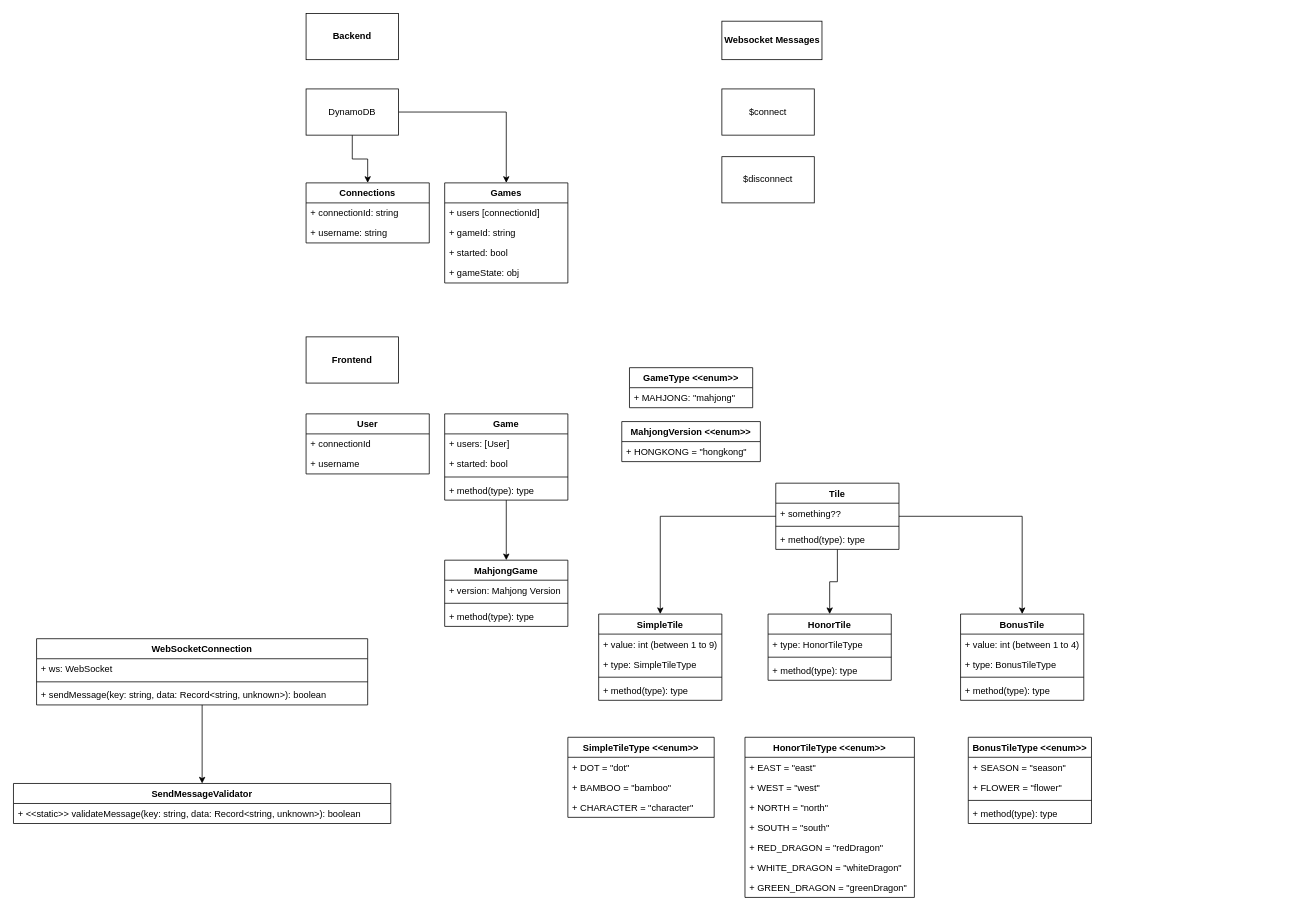
GamblingKings/GamblingKingsFrontEnd keeps this draw.io diagram as docs/Mahjong UML.drawio. Above is the earlier version. Source tidied: cells renumbered, new cells numbered last; positions are measured from the earlier drawing's top-left corner, leaving out a move shared by most shapes. Both pictures are drawn from the tidied source at 77%, with x=0, y=0 at pixel (13, 13).
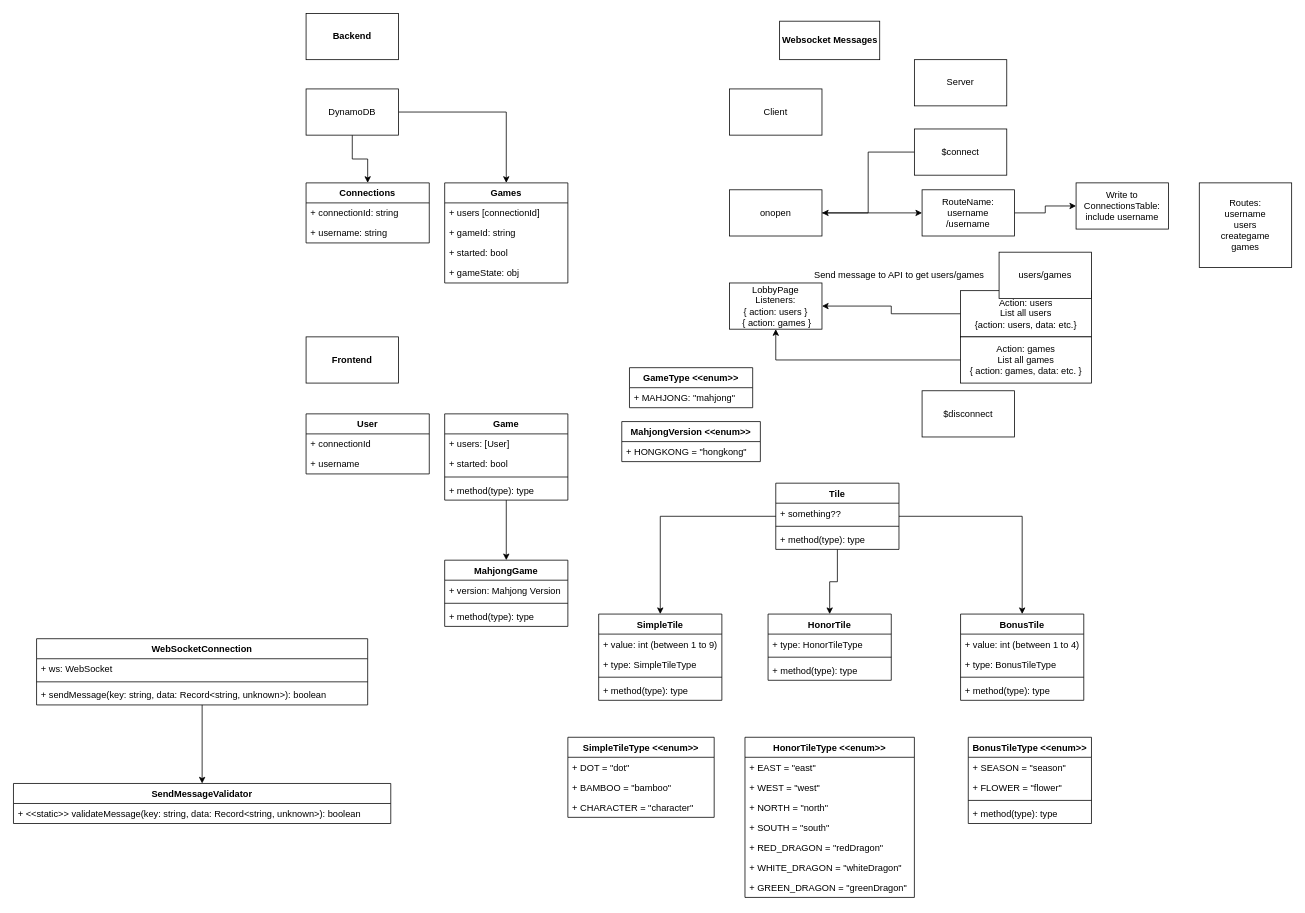
After the change.

Diff of the diagram source:
```diff
@@
     <mxCell id="15" value="Websocket Messages" style="html=1;fontStyle=1;" parent="1" vertex="1">
-      <mxGeometry x="920" y="10" width="130" height="50" as="geometry" />
+      <mxGeometry x="995" y="10" width="130" height="50" as="geometry" />
     </mxCell>
@@
+    <mxCell id="80" style="edgeStyle=orthogonalEdgeStyle;rounded=0;jettySize=auto;html=1;entryX=1;entryY=0.5;entryDx=0;entryDy=0;" parent="1" edge="1" source="19" target="82">
+      <mxGeometry relative="1" as="geometry" />
+    </mxCell>
     <mxCell id="19" value="$connect" style="rounded=0;whiteSpace=wrap;html=1;" parent="1" vertex="1">
-      <mxGeometry x="920" y="98" width="120" height="60" as="geometry" />
+      <mxGeometry x="1170" y="150" width="120" height="60" as="geometry" />
     </mxCell>
     <mxCell id="20" value="$disconnect" style="rounded=0;whiteSpace=wrap;html=1;" parent="1" vertex="1">
-      <mxGeometry x="920" y="186" width="120" height="60" as="geometry" />
+      <mxGeometry x="1180" y="490" width="120" height="60" as="geometry" />
     </mxCell>
@@
+    <mxCell id="81" style="edgeStyle=orthogonalEdgeStyle;rounded=0;jettySize=auto;html=1;entryX=0;entryY=0.5;entryDx=0;entryDy=0;" parent="1" edge="1" source="82" target="86">
+      <mxGeometry relative="1" as="geometry" />
+    </mxCell>
+    <mxCell id="82" value="onopen" style="rounded=0;whiteSpace=wrap;html=1;" parent="1" vertex="1">
+      <mxGeometry x="930" y="229" width="120" height="60" as="geometry" />
+    </mxCell>
+    <mxCell id="83" value="Client" style="rounded=0;whiteSpace=wrap;html=1;" parent="1" vertex="1">
+      <mxGeometry x="930" y="98" width="120" height="60" as="geometry" />
+    </mxCell>
+    <mxCell id="84" value="Server" style="rounded=0;whiteSpace=wrap;html=1;" parent="1" vertex="1">
+      <mxGeometry x="1170" y="60" width="120" height="60" as="geometry" />
+    </mxCell>
+    <mxCell id="85" style="edgeStyle=orthogonalEdgeStyle;rounded=0;jettySize=auto;html=1;" parent="1" edge="1" source="86" target="87">
+      <mxGeometry relative="1" as="geometry" />
+    </mxCell>
+    <mxCell id="86" value="RouteName: username&lt;br&gt;/username" style="rounded=0;whiteSpace=wrap;html=1;" parent="1" vertex="1">
+      <mxGeometry x="1180" y="229" width="120" height="60" as="geometry" />
+    </mxCell>
+    <mxCell id="87" value="Write to ConnectionsTable: include username" style="rounded=0;whiteSpace=wrap;html=1;" parent="1" vertex="1">
+      <mxGeometry x="1380" y="220" width="120" height="60" as="geometry" />
+    </mxCell>
+    <mxCell id="88" value="LobbyPage&lt;br&gt;Listeners:&lt;br&gt;{ action: users }&lt;br&gt;&amp;nbsp;{ action: games }" style="rounded=0;whiteSpace=wrap;html=1;" parent="1" vertex="1">
+      <mxGeometry x="930" y="350" width="120" height="60" as="geometry" />
+    </mxCell>
+    <mxCell id="89" style="edgeStyle=orthogonalEdgeStyle;rounded=0;jettySize=auto;html=1;entryX=1;entryY=0.5;entryDx=0;entryDy=0;" parent="1" edge="1" source="90" target="88">
+      <mxGeometry relative="1" as="geometry" />
+    </mxCell>
+    <mxCell id="90" value="Action: users&lt;br&gt;List all users&lt;br&gt;{action: users, data: etc.}" style="rounded=0;whiteSpace=wrap;html=1;" parent="1" vertex="1">
+      <mxGeometry x="1230" y="360" width="170" height="60" as="geometry" />
+    </mxCell>
+    <mxCell id="91" style="edgeStyle=orthogonalEdgeStyle;rounded=0;jettySize=auto;html=1;" parent="1" edge="1" source="92" target="88">
+      <mxGeometry relative="1" as="geometry" />
+    </mxCell>
+    <mxCell id="92" value="Action: games&lt;br&gt;List all games&lt;br&gt;{ action: games, data: etc. }" style="rounded=0;whiteSpace=wrap;html=1;" parent="1" vertex="1">
+      <mxGeometry x="1230" y="420" width="170" height="60" as="geometry" />
+    </mxCell>
+    <mxCell id="93" value="Send message to API to get users/games" style="text;html=1;align=center;verticalAlign=middle;" parent="1" vertex="1">
+      <mxGeometry x="1030" y="330" width="240" height="20" as="geometry" />
+    </mxCell>
+    <mxCell id="94" value="users/games" style="rounded=0;whiteSpace=wrap;html=1;" parent="1" vertex="1">
+      <mxGeometry x="1280" y="310" width="120" height="60" as="geometry" />
+    </mxCell>
+    <mxCell id="95" value="Routes:&lt;br&gt;username&lt;br&gt;users&lt;br&gt;creategame&lt;br&gt;games" style="rounded=0;whiteSpace=wrap;html=1;" parent="1" vertex="1">
+      <mxGeometry x="1540" y="220" width="120" height="110" as="geometry" />
+    </mxCell>
```
